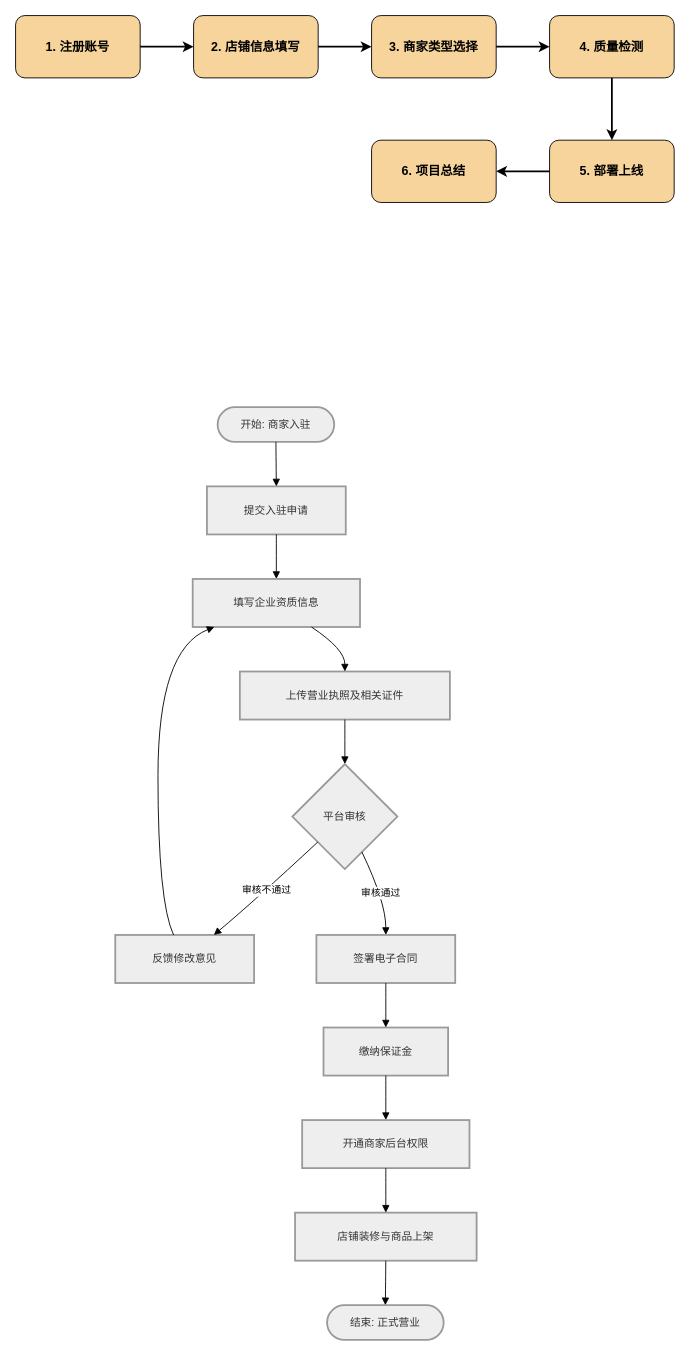
The draw.io diagram diagrams/供应商入驻流程.drawio in dengyulong/PublicStore, before the edit. Source tidied: cells renumbered, new cells numbered last; positions are measured from the earlier drawing's top-left corner, leaving out a move shared by most shapes. Both pictures are drawn from the tidied source at 89%, with x=0, y=0 at pixel (15, 15).
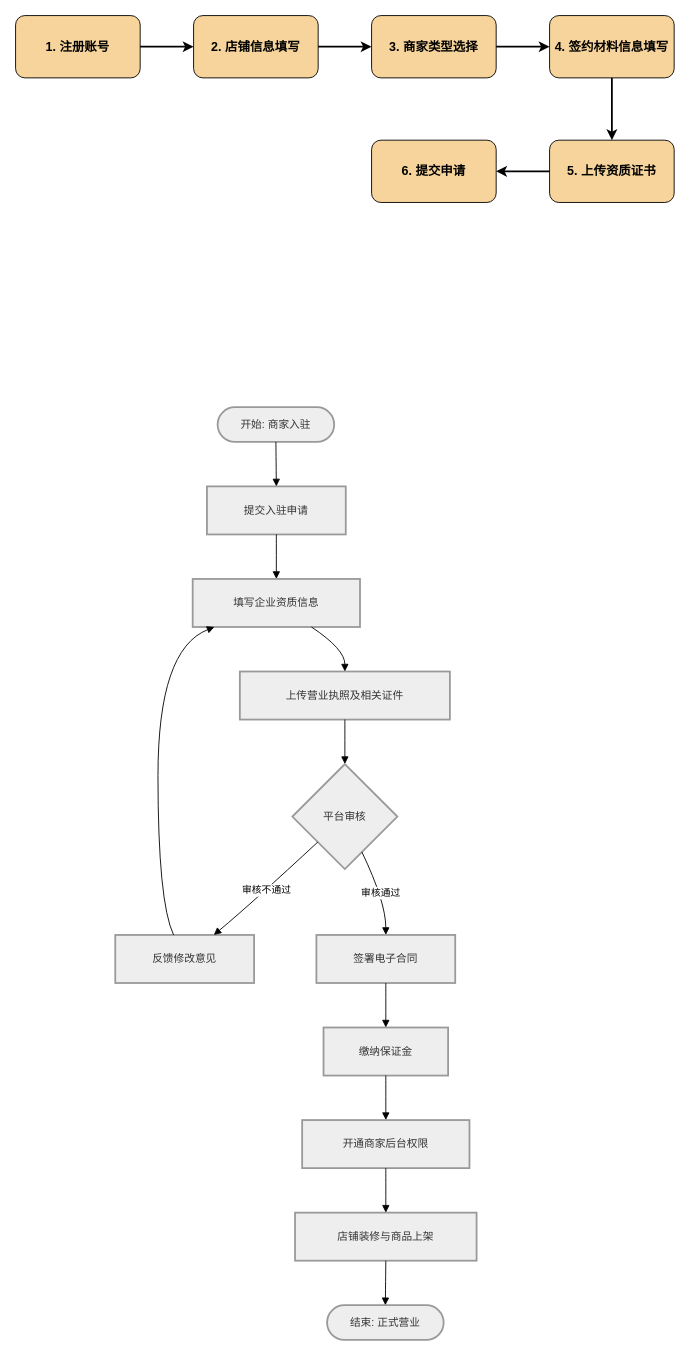
Above is the later version.

Commit message (it also covers changes not shown here):
更新供应商入驻流程.drawio

Change to the diagram source:
```diff
@@
-    <mxCell id="27" value="4. 质量检测" style="rounded=1;whiteSpace=wrap;html=1;fillColor=#F6D49B;strokeColor=#000000;fontStyle=1;fontSize=14;" parent="1" vertex="1">
+    <mxCell id="27" value="4. 签约材料信息填写" style="rounded=1;whiteSpace=wrap;html=1;fillColor=#F6D49B;strokeColor=#000000;fontStyle=1;fontSize=14;" parent="1" vertex="1">
       <mxGeometry x="600" width="140" height="70" as="geometry" />
     </mxCell>
-    <mxCell id="28" value="5. 部署上线" style="rounded=1;whiteSpace=wrap;html=1;fillColor=#F6D49B;strokeColor=#000000;fontStyle=1;fontSize=14;" parent="1" vertex="1">
+    <mxCell id="28" value="5. 上传资质证书" style="rounded=1;whiteSpace=wrap;html=1;fillColor=#F6D49B;strokeColor=#000000;fontStyle=1;fontSize=14;" parent="1" vertex="1">
       <mxGeometry x="600" y="140" width="140" height="70" as="geometry" />
     </mxCell>
-    <mxCell id="29" value="6. 项目总结" style="rounded=1;whiteSpace=wrap;html=1;fillColor=#F6D49B;strokeColor=#000000;fontStyle=1;fontSize=14;" parent="1" vertex="1">
+    <mxCell id="29" value="6. 提交申请" style="rounded=1;whiteSpace=wrap;html=1;fillColor=#F6D49B;strokeColor=#000000;fontStyle=1;fontSize=14;" parent="1" vertex="1">
       <mxGeometry x="400" y="140" width="140" height="70" as="geometry" />
     </mxCell>
```
